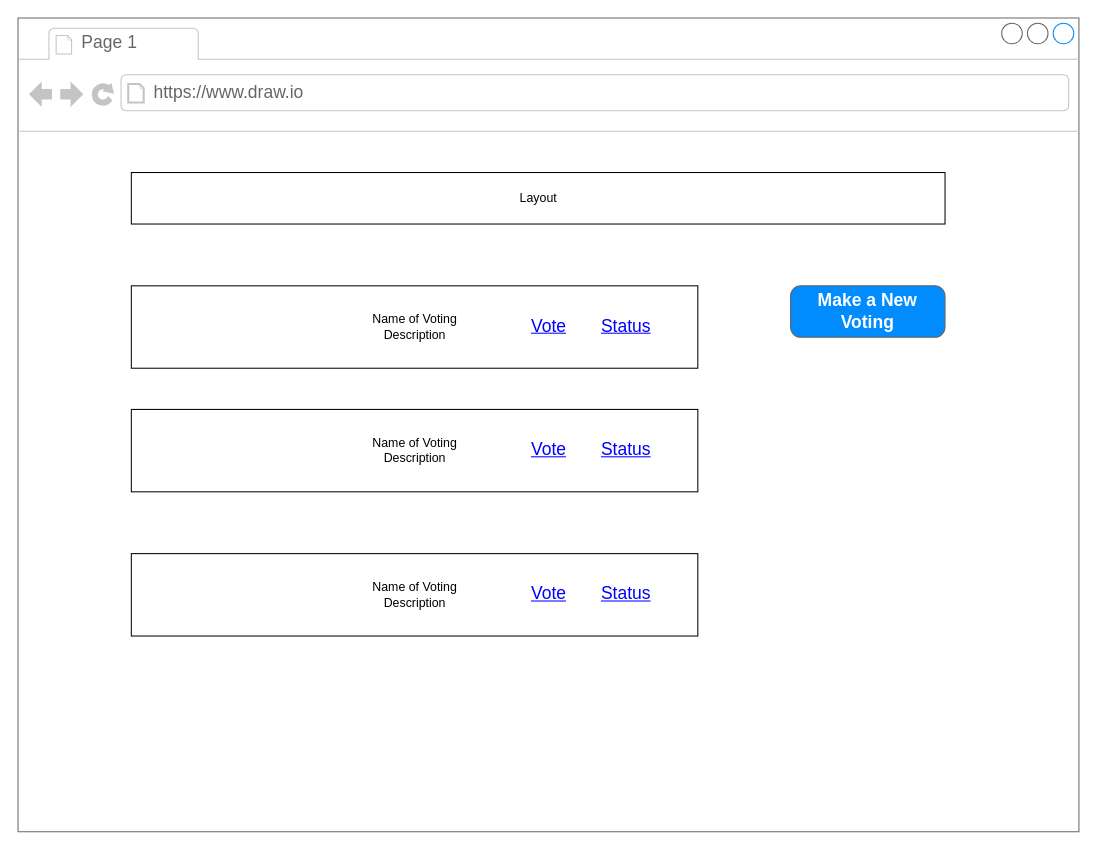
The draw.io diagram page "Main Page" (1 of 6) of Voting_Plan.drawio in AliErcanOzgokce/VotEfe, before the edit. Source tidied: cells renumbered, new cells numbered last; positions are measured from the earlier drawing's top-left corner, leaving out a move shared by most shapes. Both pictures are drawn from the tidied source at 103%, with x=0, y=0 at pixel (18, 18).
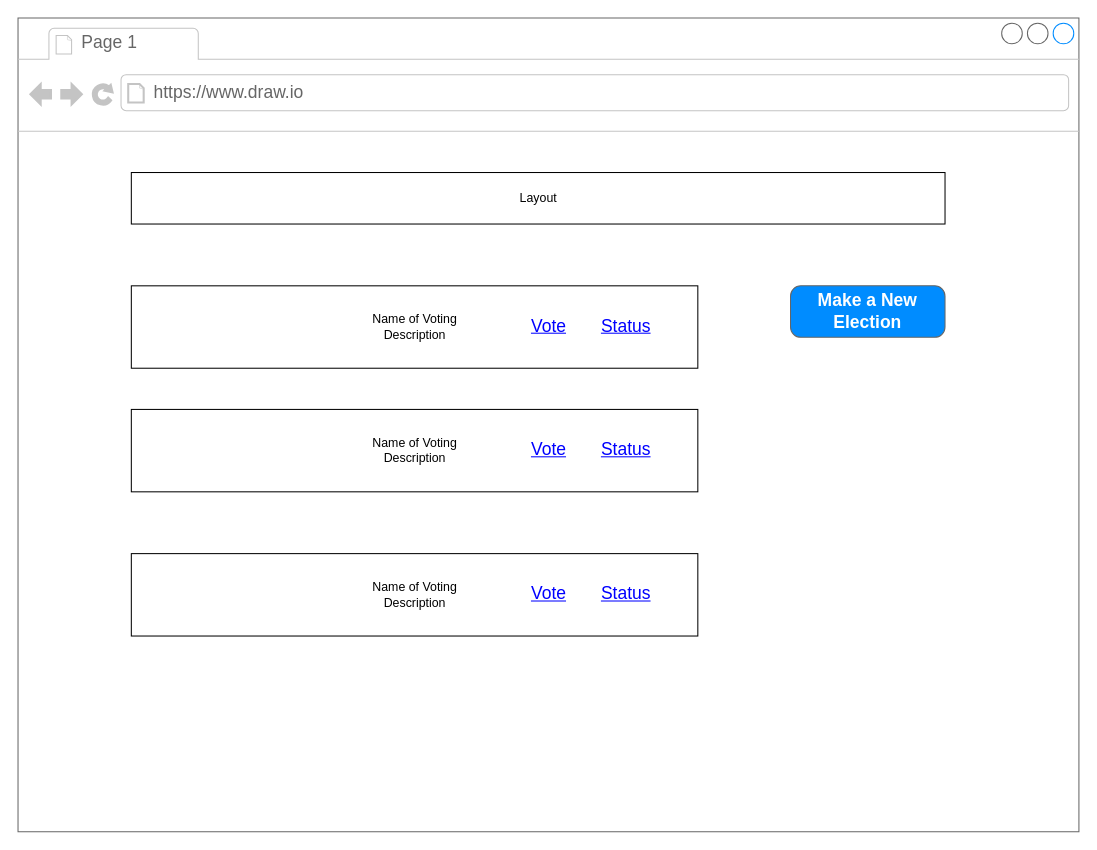
The same diagram, later.

What changed in the source:
```diff
@@
 <mxGraphModel>
   <root>
     <mxCell id="0" />
     <mxCell id="1" parent="0" />
     <mxCell id="2" style="strokeWidth=1;shadow=0;dashed=0;align=center;html=1;shape=mxgraph.mockup.containers.browserWindow;rSize=0;strokeColor=#666666;strokeColor2=#008cff;strokeColor3=#c4c4c4;mainText=,;" parent="1" vertex="1">
       <mxGeometry width="1030" height="790" as="geometry" />
     </mxCell>
     <mxCell id="3" value="Page 1" style="strokeWidth=1;shadow=0;dashed=0;align=center;html=1;shape=mxgraph.mockup.containers.anchor;fontSize=17;fontColor=#666666;align=left;" parent="2" vertex="1">
       <mxGeometry x="60" y="12" width="110" height="26" as="geometry" />
     </mxCell>
     <mxCell id="4" value="https://www.draw.io" style="strokeWidth=1;shadow=0;dashed=0;align=center;html=1;shape=mxgraph.mockup.containers.anchor;rSize=0;fontSize=17;fontColor=#666666;align=left;" parent="2" vertex="1">
       <mxGeometry x="130" y="60" width="250" height="26" as="geometry" />
     </mxCell>
     <mxCell id="5" value="Layout" style="html=1;" parent="2" vertex="1">
       <mxGeometry x="110" y="150" width="790" height="50" as="geometry" />
     </mxCell>
-    <mxCell id="6" value="Make a New Voting" style="strokeWidth=1;shadow=0;dashed=0;align=center;html=1;shape=mxgraph.mockup.buttons.button;strokeColor=#666666;fontColor=#ffffff;mainText=;buttonStyle=round;fontSize=17;fontStyle=1;fillColor=#008cff;whiteSpace=wrap;" parent="2" vertex="1">
+    <mxCell id="6" value="Make a New Election" style="strokeWidth=1;shadow=0;dashed=0;align=center;html=1;shape=mxgraph.mockup.buttons.button;strokeColor=#666666;fontColor=#ffffff;mainText=;buttonStyle=round;fontSize=17;fontStyle=1;fillColor=#008cff;whiteSpace=wrap;" parent="2" vertex="1">
       <mxGeometry x="750" y="260" width="150" height="50" as="geometry" />
     </mxCell>
     <mxCell id="7" value="Name of Voting&lt;br&gt;Description" style="html=1;" parent="2" vertex="1">
       <mxGeometry x="110" y="260" width="550" height="80" as="geometry" />
     </mxCell>
     <mxCell id="8" value="Vote" style="shape=rectangle;strokeColor=none;fillColor=none;linkText=;fontSize=17;fontColor=#0000ff;fontStyle=4;html=1;align=center;" parent="2" vertex="1">
       <mxGeometry x="455" y="285" width="120" height="30" as="geometry" />
     </mxCell>
     <mxCell id="9" value="Name of Voting&lt;br&gt;Description" style="html=1;" parent="2" vertex="1">
       <mxGeometry x="110" y="380" width="550" height="80" as="geometry" />
     </mxCell>
     <mxCell id="10" value="Name of Voting&lt;br&gt;Description" style="html=1;" parent="2" vertex="1">
       <mxGeometry x="110" y="520" width="550" height="80" as="geometry" />
     </mxCell>
     <mxCell id="11" value="Vote" style="shape=rectangle;strokeColor=none;fillColor=none;linkText=;fontSize=17;fontColor=#0000ff;fontStyle=4;html=1;align=center;" parent="2" vertex="1">
       <mxGeometry x="440" y="405" width="150" height="30" as="geometry" />
     </mxCell>
     <mxCell id="12" value="Vote" style="shape=rectangle;strokeColor=none;fillColor=none;linkText=;fontSize=17;fontColor=#0000ff;fontStyle=4;html=1;align=center;" parent="2" vertex="1">
       <mxGeometry x="440" y="545" width="150" height="30" as="geometry" />
     </mxCell>
     <mxCell id="13" value="Status" style="shape=rectangle;strokeColor=none;fillColor=none;linkText=;fontSize=17;fontColor=#0000ff;fontStyle=4;html=1;align=center;" parent="2" vertex="1">
       <mxGeometry x="515" y="285" width="150" height="30" as="geometry" />
     </mxCell>
     <mxCell id="14" value="Status" style="shape=rectangle;strokeColor=none;fillColor=none;linkText=;fontSize=17;fontColor=#0000ff;fontStyle=4;html=1;align=center;" parent="2" vertex="1">
       <mxGeometry x="515" y="405" width="150" height="30" as="geometry" />
     </mxCell>
     <mxCell id="15" value="Status" style="shape=rectangle;strokeColor=none;fillColor=none;linkText=;fontSize=17;fontColor=#0000ff;fontStyle=4;html=1;align=center;" parent="2" vertex="1">
       <mxGeometry x="515" y="545" width="150" height="30" as="geometry" />
     </mxCell>
   </root>
 </mxGraphModel>
```
